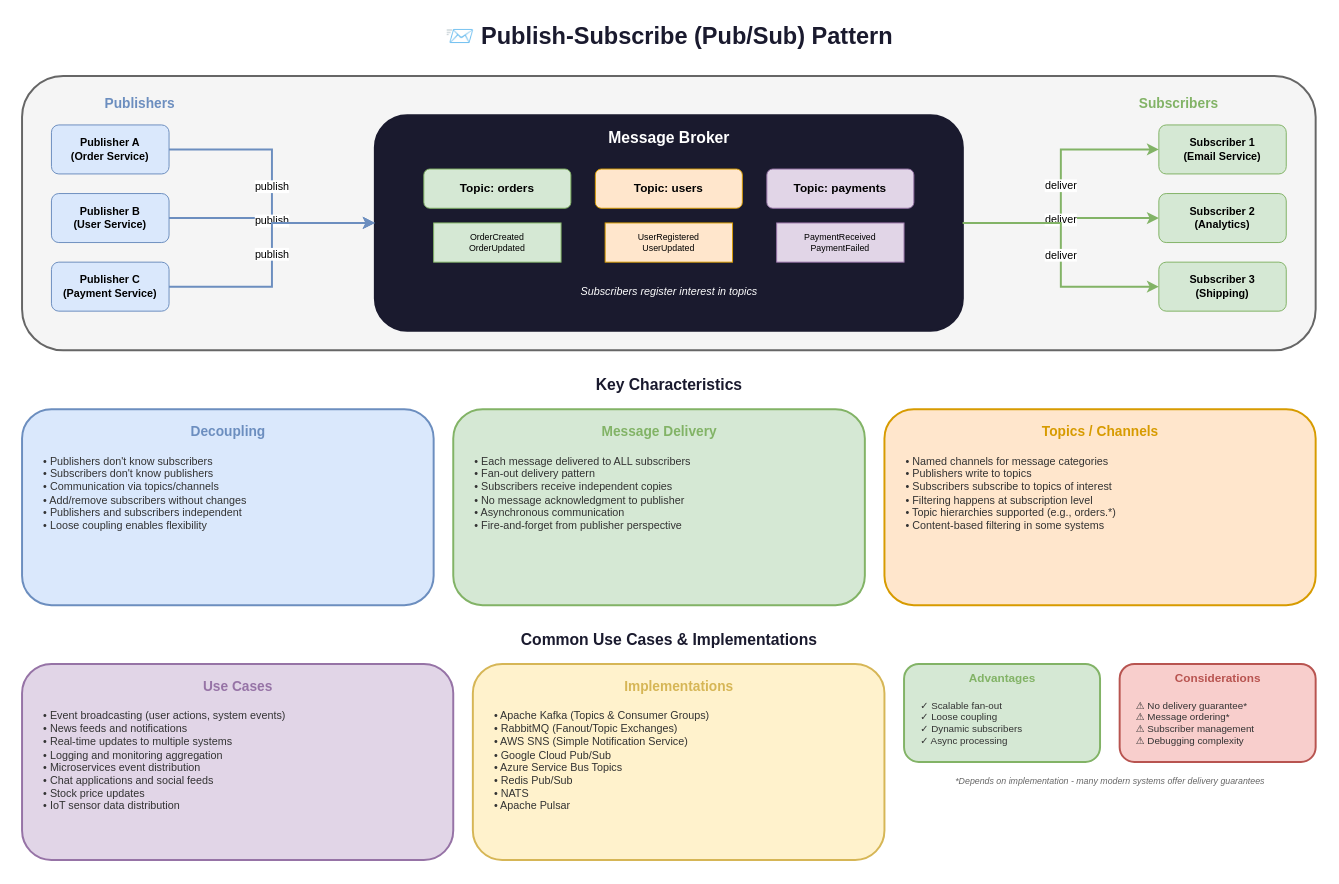
MrParkerZ7/document-lesson-software-architect-x-claude keeps this draw.io diagram as lesson-02-event-driven-architecture/05-async-communication-patterns/5.1-pubsub-pattern.drawio. Above is the earlier version. Source tidied: cells renumbered, new cells numbered last; positions are measured from the earlier drawing's top-left corner, leaving out a move shared by most shapes. Both pictures are drawn from the tidied source at 98%, with x=0, y=0 at pixel (22, 17).
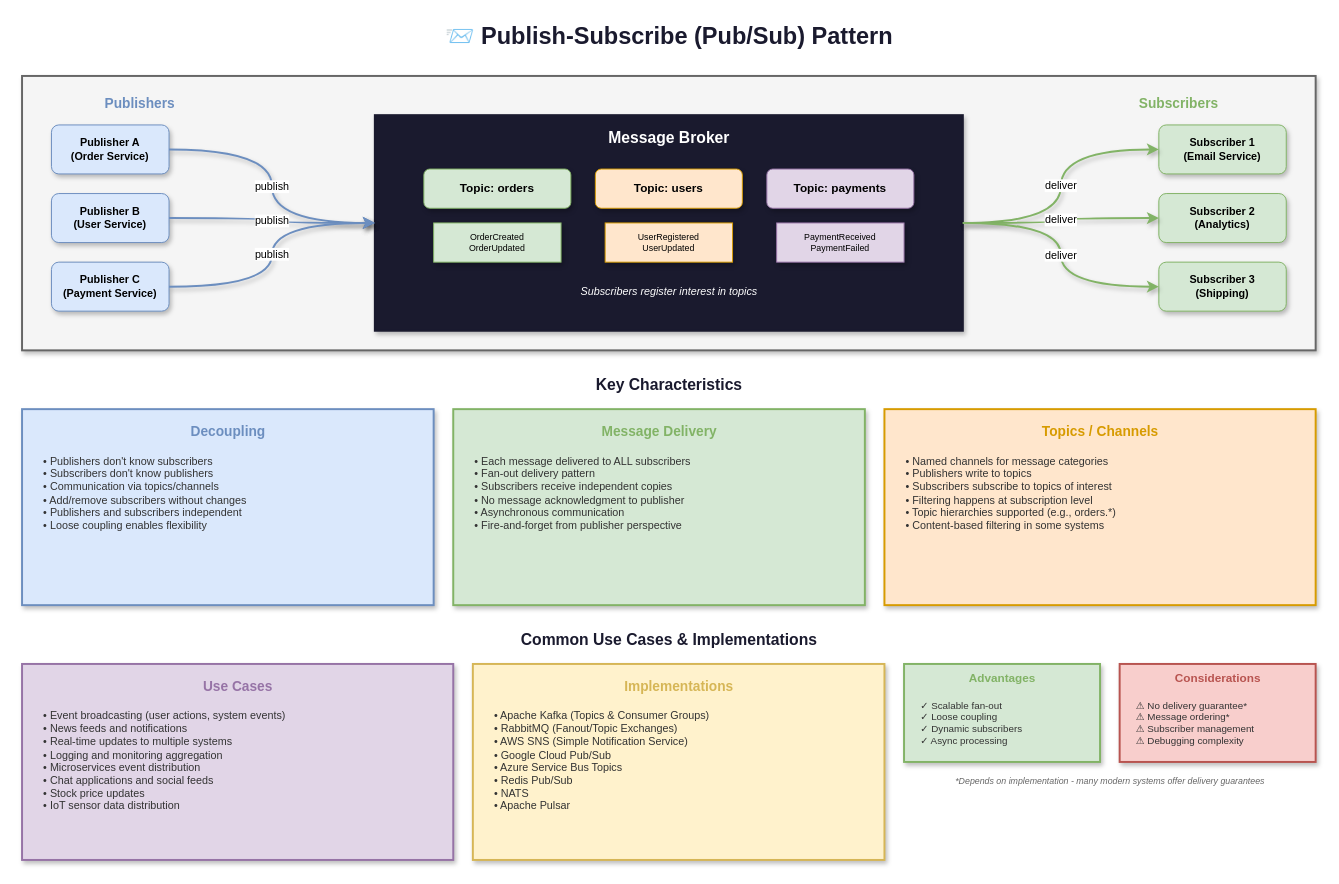
After the change.

Diff of the diagram source:
```diff
@@
-    <mxCell id="3" style="rounded=1;whiteSpace=wrap;html=1;fillColor=#f5f5f5;strokeColor=#666666;strokeWidth=2;" parent="1" vertex="1">
+    <mxCell id="3" style="rounded=0;whiteSpace=wrap;html=1;fillColor=#f5f5f5;strokeColor=#666666;strokeWidth=2;shadow=1;" parent="1" vertex="1">
       <mxGeometry y="60" width="1320" height="280" as="geometry" />
     </mxCell>
@@
-    <mxCell id="5" value="Publisher A&#10;(Order Service)" style="rounded=1;whiteSpace=wrap;html=1;fillColor=#dae8fc;strokeColor=#6c8ebf;fontSize=11;fontStyle=1;" parent="1" vertex="1">
+    <mxCell id="5" value="Publisher A&#10;(Order Service)" style="rounded=1;whiteSpace=wrap;html=1;fillColor=#dae8fc;strokeColor=#6c8ebf;fontSize=11;fontStyle=1;shadow=1;" parent="1" vertex="1">
       <mxGeometry x="30" y="110" width="120" height="50" as="geometry" />
     </mxCell>
-    <mxCell id="6" value="Publisher B&#10;(User Service)" style="rounded=1;whiteSpace=wrap;html=1;fillColor=#dae8fc;strokeColor=#6c8ebf;fontSize=11;fontStyle=1;" parent="1" vertex="1">
+    <mxCell id="6" value="Publisher B&#10;(User Service)" style="rounded=1;whiteSpace=wrap;html=1;fillColor=#dae8fc;strokeColor=#6c8ebf;fontSize=11;fontStyle=1;shadow=1;" parent="1" vertex="1">
       <mxGeometry x="30" y="180" width="120" height="50" as="geometry" />
     </mxCell>
-    <mxCell id="7" value="Publisher C&#10;(Payment Service)" style="rounded=1;whiteSpace=wrap;html=1;fillColor=#dae8fc;strokeColor=#6c8ebf;fontSize=11;fontStyle=1;" parent="1" vertex="1">
+    <mxCell id="7" value="Publisher C&#10;(Payment Service)" style="rounded=1;whiteSpace=wrap;html=1;fillColor=#dae8fc;strokeColor=#6c8ebf;fontSize=11;fontStyle=1;shadow=1;" parent="1" vertex="1">
       <mxGeometry x="30" y="250" width="120" height="50" as="geometry" />
     </mxCell>
-    <mxCell id="8" style="rounded=1;whiteSpace=wrap;html=1;fillColor=#1a1a2e;strokeColor=#1a1a2e;strokeWidth=2;" parent="1" vertex="1">
+    <mxCell id="8" style="rounded=0;whiteSpace=wrap;html=1;fillColor=#1a1a2e;strokeColor=#1a1a2e;strokeWidth=2;shadow=1;" parent="1" vertex="1">
       <mxGeometry x="360" y="100" width="600" height="220" as="geometry" />
     </mxCell>
@@
-    <mxCell id="10" value="Topic: orders" style="rounded=1;whiteSpace=wrap;html=1;fillColor=#d5e8d4;strokeColor=#82b366;fontSize=12;fontStyle=1;" parent="1" vertex="1">
+    <mxCell id="10" value="Topic: orders" style="rounded=1;whiteSpace=wrap;html=1;fillColor=#d5e8d4;strokeColor=#82b366;fontSize=12;fontStyle=1;shadow=1;" parent="1" vertex="1">
       <mxGeometry x="410" y="155" width="150" height="40" as="geometry" />
     </mxCell>
-    <mxCell id="11" value="Topic: users" style="rounded=1;whiteSpace=wrap;html=1;fillColor=#ffe6cc;strokeColor=#d79b00;fontSize=12;fontStyle=1;" parent="1" vertex="1">
+    <mxCell id="11" value="Topic: users" style="rounded=1;whiteSpace=wrap;html=1;fillColor=#ffe6cc;strokeColor=#d79b00;fontSize=12;fontStyle=1;shadow=1;" parent="1" vertex="1">
       <mxGeometry x="585" y="155" width="150" height="40" as="geometry" />
     </mxCell>
-    <mxCell id="12" value="Topic: payments" style="rounded=1;whiteSpace=wrap;html=1;fillColor=#e1d5e7;strokeColor=#9673a6;fontSize=12;fontStyle=1;" parent="1" vertex="1">
+    <mxCell id="12" value="Topic: payments" style="rounded=1;whiteSpace=wrap;html=1;fillColor=#e1d5e7;strokeColor=#9673a6;fontSize=12;fontStyle=1;shadow=1;" parent="1" vertex="1">
       <mxGeometry x="760" y="155" width="150" height="40" as="geometry" />
     </mxCell>
-    <mxCell id="13" value="OrderCreated&#10;OrderUpdated" style="rounded=0;whiteSpace=wrap;html=1;fillColor=#d5e8d4;strokeColor=#82b366;fontSize=9;" parent="1" vertex="1">
+    <mxCell id="13" value="OrderCreated&#10;OrderUpdated" style="rounded=0;whiteSpace=wrap;html=1;fillColor=#d5e8d4;strokeColor=#82b366;fontSize=9;shadow=1;" parent="1" vertex="1">
       <mxGeometry x="420" y="210" width="130" height="40" as="geometry" />
     </mxCell>
-    <mxCell id="14" value="UserRegistered&#10;UserUpdated" style="rounded=0;whiteSpace=wrap;html=1;fillColor=#ffe6cc;strokeColor=#d79b00;fontSize=9;" parent="1" vertex="1">
+    <mxCell id="14" value="UserRegistered&#10;UserUpdated" style="rounded=0;whiteSpace=wrap;html=1;fillColor=#ffe6cc;strokeColor=#d79b00;fontSize=9;shadow=1;" parent="1" vertex="1">
       <mxGeometry x="595" y="210" width="130" height="40" as="geometry" />
     </mxCell>
-    <mxCell id="15" value="PaymentReceived&#10;PaymentFailed" style="rounded=0;whiteSpace=wrap;html=1;fillColor=#e1d5e7;strokeColor=#9673a6;fontSize=9;" parent="1" vertex="1">
+    <mxCell id="15" value="PaymentReceived&#10;PaymentFailed" style="rounded=0;whiteSpace=wrap;html=1;fillColor=#e1d5e7;strokeColor=#9673a6;fontSize=9;shadow=1;" parent="1" vertex="1">
       <mxGeometry x="770" y="210" width="130" height="40" as="geometry" />
     </mxCell>
@@
-    <mxCell id="18" value="Subscriber 1&#10;(Email Service)" style="rounded=1;whiteSpace=wrap;html=1;fillColor=#d5e8d4;strokeColor=#82b366;fontSize=11;fontStyle=1;" parent="1" vertex="1">
+    <mxCell id="18" value="Subscriber 1&#10;(Email Service)" style="rounded=1;whiteSpace=wrap;html=1;fillColor=#d5e8d4;strokeColor=#82b366;fontSize=11;fontStyle=1;shadow=1;" parent="1" vertex="1">
       <mxGeometry x="1160" y="110" width="130" height="50" as="geometry" />
     </mxCell>
-    <mxCell id="19" value="Subscriber 2&#10;(Analytics)" style="rounded=1;whiteSpace=wrap;html=1;fillColor=#d5e8d4;strokeColor=#82b366;fontSize=11;fontStyle=1;" parent="1" vertex="1">
+    <mxCell id="19" value="Subscriber 2&#10;(Analytics)" style="rounded=1;whiteSpace=wrap;html=1;fillColor=#d5e8d4;strokeColor=#82b366;fontSize=11;fontStyle=1;shadow=1;" parent="1" vertex="1">
       <mxGeometry x="1160" y="180" width="130" height="50" as="geometry" />
     </mxCell>
-    <mxCell id="20" value="Subscriber 3&#10;(Shipping)" style="rounded=1;whiteSpace=wrap;html=1;fillColor=#d5e8d4;strokeColor=#82b366;fontSize=11;fontStyle=1;" parent="1" vertex="1">
+    <mxCell id="20" value="Subscriber 3&#10;(Shipping)" style="rounded=1;whiteSpace=wrap;html=1;fillColor=#d5e8d4;strokeColor=#82b366;fontSize=11;fontStyle=1;shadow=1;" parent="1" vertex="1">
       <mxGeometry x="1160" y="250" width="130" height="50" as="geometry" />
     </mxCell>
-    <mxCell id="21" value="publish" style="edgeStyle=orthogonalEdgeStyle;rounded=0;jettySize=auto;html=1;strokeColor=#6c8ebf;strokeWidth=2;endArrow=classic;" parent="1" edge="1" source="5" target="8">
+    <mxCell id="21" value="publish" style="edgeStyle=orthogonalEdgeStyle;rounded=0;jettySize=auto;html=1;strokeColor=#6c8ebf;strokeWidth=2;endArrow=classic;shadow=1;curved=1;flowAnimation=1;jumpStyle=arc;" parent="1" edge="1" source="5" target="8">
       <mxGeometry relative="1" as="geometry" />
     </mxCell>
-    <mxCell id="22" value="publish" style="edgeStyle=orthogonalEdgeStyle;rounded=0;jettySize=auto;html=1;strokeColor=#6c8ebf;strokeWidth=2;endArrow=classic;" parent="1" edge="1" source="6" target="8">
+    <mxCell id="22" value="publish" style="edgeStyle=orthogonalEdgeStyle;rounded=0;jettySize=auto;html=1;strokeColor=#6c8ebf;strokeWidth=2;endArrow=classic;shadow=1;curved=1;flowAnimation=1;jumpStyle=arc;" parent="1" edge="1" source="6" target="8">
       <mxGeometry relative="1" as="geometry" />
     </mxCell>
-    <mxCell id="23" value="publish" style="edgeStyle=orthogonalEdgeStyle;rounded=0;jettySize=auto;html=1;strokeColor=#6c8ebf;strokeWidth=2;endArrow=classic;" parent="1" edge="1" source="7" target="8">
+    <mxCell id="23" value="publish" style="edgeStyle=orthogonalEdgeStyle;rounded=0;jettySize=auto;html=1;strokeColor=#6c8ebf;strokeWidth=2;endArrow=classic;shadow=1;curved=1;flowAnimation=1;jumpStyle=arc;" parent="1" edge="1" source="7" target="8">
       <mxGeometry relative="1" as="geometry" />
     </mxCell>
-    <mxCell id="24" value="deliver" style="edgeStyle=orthogonalEdgeStyle;rounded=0;jettySize=auto;html=1;strokeColor=#82b366;strokeWidth=2;endArrow=classic;" parent="1" edge="1" source="8" target="18">
+    <mxCell id="24" value="deliver" style="edgeStyle=orthogonalEdgeStyle;rounded=0;jettySize=auto;html=1;strokeColor=#82b366;strokeWidth=2;endArrow=classic;shadow=1;curved=1;flowAnimation=1;jumpStyle=arc;" parent="1" edge="1" source="8" target="18">
       <mxGeometry relative="1" as="geometry" />
     </mxCell>
-    <mxCell id="25" value="deliver" style="edgeStyle=orthogonalEdgeStyle;rounded=0;jettySize=auto;html=1;strokeColor=#82b366;strokeWidth=2;endArrow=classic;" parent="1" edge="1" source="8" target="19">
+    <mxCell id="25" value="deliver" style="edgeStyle=orthogonalEdgeStyle;rounded=0;jettySize=auto;html=1;strokeColor=#82b366;strokeWidth=2;endArrow=classic;shadow=1;curved=1;flowAnimation=1;jumpStyle=arc;" parent="1" edge="1" source="8" target="19">
       <mxGeometry relative="1" as="geometry" />
     </mxCell>
-    <mxCell id="26" value="deliver" style="edgeStyle=orthogonalEdgeStyle;rounded=0;jettySize=auto;html=1;strokeColor=#82b366;strokeWidth=2;endArrow=classic;" parent="1" edge="1" source="8" target="20">
+    <mxCell id="26" value="deliver" style="edgeStyle=orthogonalEdgeStyle;rounded=0;jettySize=auto;html=1;strokeColor=#82b366;strokeWidth=2;endArrow=classic;shadow=1;curved=1;flowAnimation=1;jumpStyle=arc;" parent="1" edge="1" source="8" target="20">
       <mxGeometry relative="1" as="geometry" />
     </mxCell>
@@
-    <mxCell id="28" style="rounded=1;whiteSpace=wrap;html=1;fillColor=#dae8fc;strokeColor=#6c8ebf;strokeWidth=2;" parent="1" vertex="1">
+    <mxCell id="28" style="rounded=0;whiteSpace=wrap;html=1;fillColor=#dae8fc;strokeColor=#6c8ebf;strokeWidth=2;shadow=1;" parent="1" vertex="1">
       <mxGeometry y="400" width="420" height="200" as="geometry" />
     </mxCell>
@@
-    <mxCell id="31" style="rounded=1;whiteSpace=wrap;html=1;fillColor=#d5e8d4;strokeColor=#82b366;strokeWidth=2;" parent="1" vertex="1">
+    <mxCell id="31" style="rounded=0;whiteSpace=wrap;html=1;fillColor=#d5e8d4;strokeColor=#82b366;strokeWidth=2;shadow=1;" parent="1" vertex="1">
       <mxGeometry x="440" y="400" width="420" height="200" as="geometry" />
     </mxCell>
@@
-    <mxCell id="34" style="rounded=1;whiteSpace=wrap;html=1;fillColor=#ffe6cc;strokeColor=#d79b00;strokeWidth=2;" parent="1" vertex="1">
+    <mxCell id="34" style="rounded=0;whiteSpace=wrap;html=1;fillColor=#ffe6cc;strokeColor=#d79b00;strokeWidth=2;shadow=1;" parent="1" vertex="1">
       <mxGeometry x="880" y="400" width="440" height="200" as="geometry" />
     </mxCell>
@@
-    <mxCell id="38" style="rounded=1;whiteSpace=wrap;html=1;fillColor=#e1d5e7;strokeColor=#9673a6;strokeWidth=2;" parent="1" vertex="1">
+    <mxCell id="38" style="rounded=0;whiteSpace=wrap;html=1;fillColor=#e1d5e7;strokeColor=#9673a6;strokeWidth=2;shadow=1;" parent="1" vertex="1">
       <mxGeometry y="660" width="440" height="200" as="geometry" />
     </mxCell>
@@
-    <mxCell id="41" style="rounded=1;whiteSpace=wrap;html=1;fillColor=#fff2cc;strokeColor=#d6b656;strokeWidth=2;" parent="1" vertex="1">
+    <mxCell id="41" style="rounded=0;whiteSpace=wrap;html=1;fillColor=#fff2cc;strokeColor=#d6b656;strokeWidth=2;shadow=1;" parent="1" vertex="1">
       <mxGeometry x="460" y="660" width="420" height="200" as="geometry" />
     </mxCell>
@@
-    <mxCell id="44" style="rounded=1;whiteSpace=wrap;html=1;fillColor=#d5e8d4;strokeColor=#82b366;strokeWidth=2;" parent="1" vertex="1">
+    <mxCell id="44" style="rounded=0;whiteSpace=wrap;html=1;fillColor=#d5e8d4;strokeColor=#82b366;strokeWidth=2;shadow=1;" parent="1" vertex="1">
       <mxGeometry x="900" y="660" width="200" height="100" as="geometry" />
     </mxCell>
@@
-    <mxCell id="47" style="rounded=1;whiteSpace=wrap;html=1;fillColor=#f8cecc;strokeColor=#b85450;strokeWidth=2;" parent="1" vertex="1">
+    <mxCell id="47" style="rounded=0;whiteSpace=wrap;html=1;fillColor=#f8cecc;strokeColor=#b85450;strokeWidth=2;shadow=1;" parent="1" vertex="1">
       <mxGeometry x="1120" y="660" width="200" height="100" as="geometry" />
     </mxCell>
```
